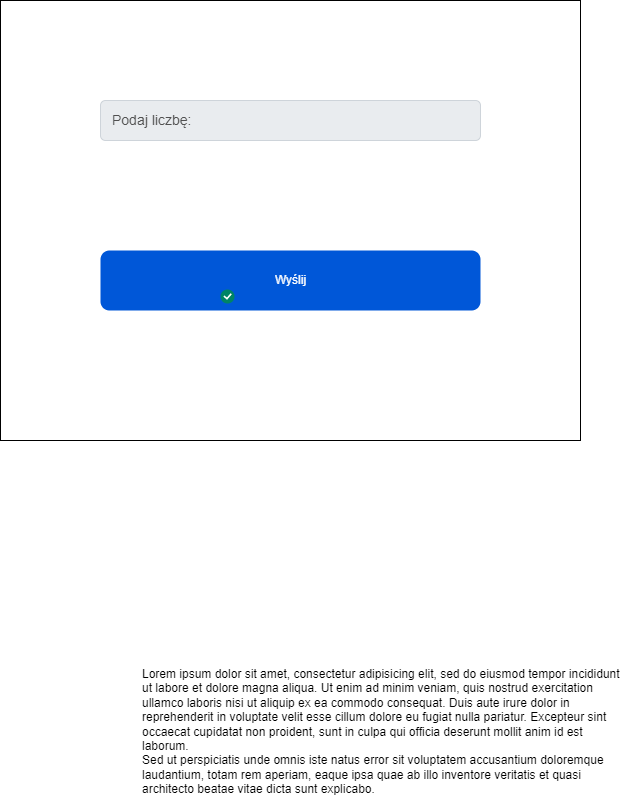
Earlier version of the draw.io export 10/Untitled Diagram.png (fischr1/4cti). Source tidied: cells renumbered, new cells last; positions are measured from the earlier drawing's top-left corner, leaving out a move shared by most shapes.
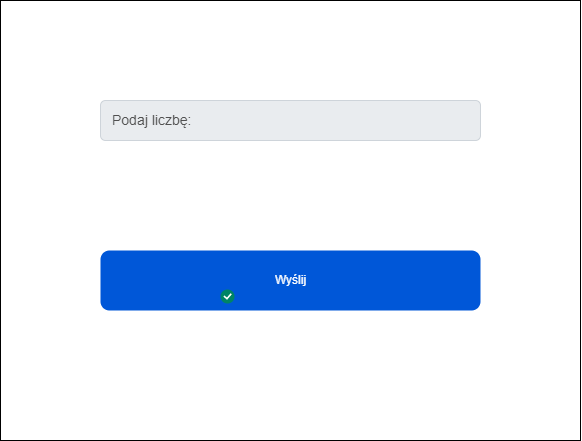
After the change.

Diff of the diagram source:
```diff
@@ -2,9 +2,6 @@
   <root>
     <mxCell id="0" />
     <mxCell id="1" parent="0" />
-    <mxCell id="2" value="Lorem ipsum dolor sit amet, consectetur adipisicing elit, sed do eiusmod tempor incididunt ut labore et dolore magna aliqua. Ut enim ad minim veniam, quis nostrud exercitation ullamco laboris nisi ut aliquip ex ea commodo consequat. Duis aute irure dolor in reprehenderit in voluptate velit esse cillum dolore eu fugiat nulla pariatur. Excepteur sint occaecat cupidatat non proident, sunt in culpa qui officia deserunt mollit anim id est laborum.&lt;br&gt;Sed ut perspiciatis unde omnis iste natus error sit voluptatem accusantium doloremque laudantium, totam rem aperiam, eaque ipsa quae ab illo inventore veritatis et quasi architecto beatae vitae dicta sunt explicabo.&amp;nbsp;" style="text;spacingTop=-5;whiteSpace=wrap;html=1;align=left;fontSize=12;fontFamily=Helvetica;fillColor=none;strokeColor=none;rounded=0;shadow=1;labelBackgroundColor=none;" parent="1" vertex="1">
-      <mxGeometry x="140" y="665" width="490" height="125" as="geometry" />
-    </mxCell>
     <mxCell id="3" style="rounded=0;whiteSpace=wrap;html=1;" parent="1" vertex="1">
       <mxGeometry width="580" height="440" as="geometry" />
     </mxCell>
```
